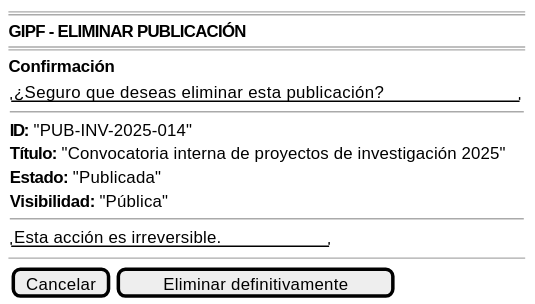
31Diego/25-26-IdSw1-SdR keeps this PlantUML diagram as documentos/casosDeUso/prototipos/coordinador/eliminarPublicacion/eliminarPublicacion-wireframe.svg. Above is the earlier version. Its diagram source:
```plantuml
@startsalt eliminarPublicacion-wireframe
{
====
<b>GIPF - ELIMINAR PUBLICACIÓN</b>
====

<b>Confirmación</b>
{
    "¿Seguro que deseas eliminar esta publicación?"

    --
    <b>ID:</b> "PUB-INV-2025-014"
    <b>Título:</b> "Convocatoria interna de proyectos de investigación 2025"
    <b>Estado:</b> "Publicada"
    <b>Visibilidad:</b> "Pública"

    --
    "Esta acción es irreversible."
}

--

{ [Cancelar] | [Eliminar definitivamente] }
}
@endsalt
```
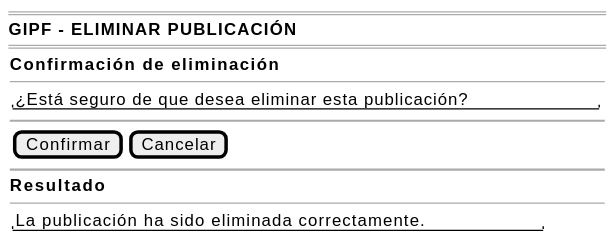
After the change.

The edit, as a diff of the source:
```diff
@@ -1,25 +1,26 @@
 @startsalt eliminarPublicacion-wireframe
 {
-====
-<b>GIPF - ELIMINAR PUBLICACIÓN</b>
-====
+    ====
+    <b>GIPF - ELIMINAR PUBLICACIÓN</b>
+    ====
+    {
+        <b>Confirmación de eliminación</b>
+        --
+        {
+            "¿Está seguro de que desea eliminar esta publicación?"
+        }
 
-<b>Confirmación</b>
-{
-    "¿Seguro que deseas eliminar esta publicación?"
+        ~~
 
-    --
-    <b>ID:</b> "PUB-INV-2025-014"
-    <b>Título:</b> "Convocatoria interna de proyectos de investigación 2025"
-    <b>Estado:</b> "Publicada"
-    <b>Visibilidad:</b> "Pública"
+        {[Confirmar] | [Cancelar]}
 
-    --
-    "Esta acción es irreversible."
-}
+        ~~
 
---
-
-{ [Cancelar] | [Eliminar definitivamente] }
+        <b>Resultado</b>
+        --
+        {
+            "La publicación ha sido eliminada correctamente."
+        }
+    }
 }
 @endsalt
```
